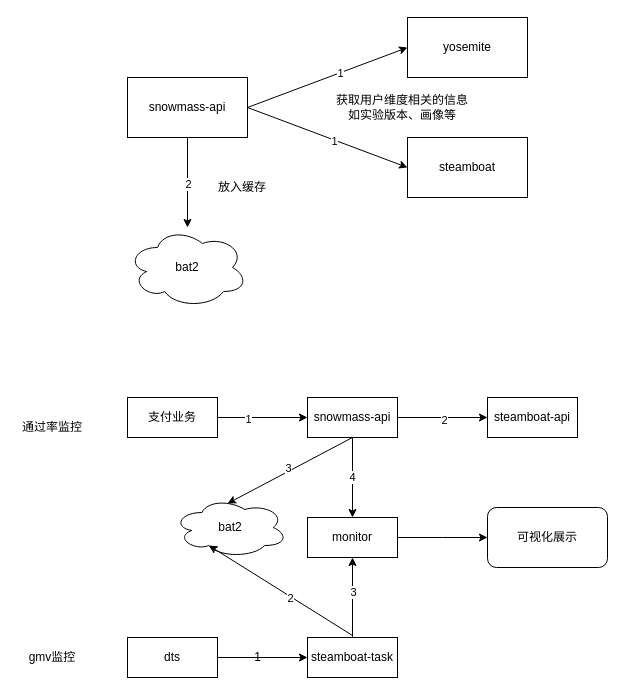
Before: xyhf.drawio in Kang-Shawn/Excellent-life, a draw.io diagram. Source tidied: cells renumbered, new cells numbered last; positions are measured from the earlier drawing's top-left corner, leaving out a move shared by most shapes. Both pictures are drawn from the tidied source at 100%, with x=0, y=0 at pixel (17, 17).
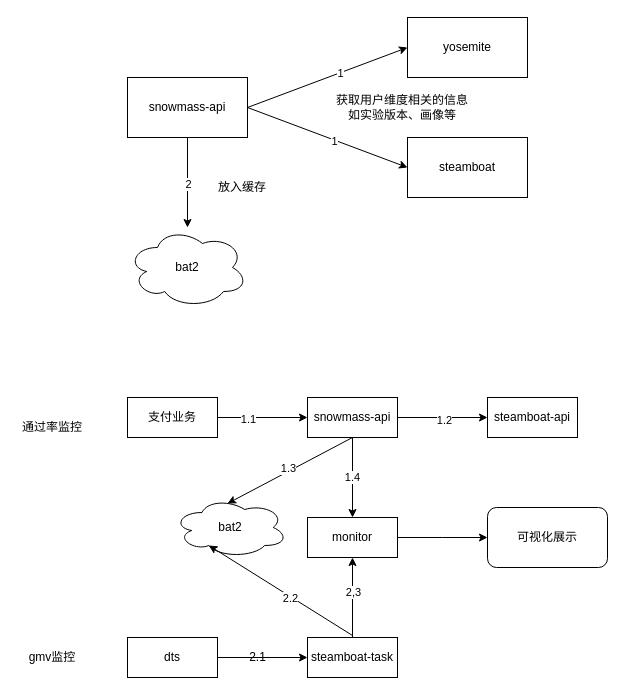
The same page after the edit.

Unchanged cells that the change refers to:
```xml
<mxCell id="14" style="edgeStyle=orthogonalEdgeStyle;rounded=0;jettySize=auto;html=1;entryX=0;entryY=0.5;entryDx=0;entryDy=0;" parent="1" edge="1" source="16" target="20">
  <mxGeometry relative="1" as="geometry" />
</mxCell>
<mxCell id="17" style="edgeStyle=orthogonalEdgeStyle;rounded=0;jettySize=auto;html=1;entryX=0;entryY=0.5;entryDx=0;entryDy=0;" parent="1" edge="1" source="20" target="21">
  <mxGeometry relative="1" as="geometry" />
</mxCell>
<mxCell id="20" value="snowmass-api" style="rounded=0;whiteSpace=wrap;html=1;" parent="1" vertex="1">
  <mxGeometry x="290" y="380" width="90" height="40" as="geometry" />
</mxCell>
<mxCell id="23" style="endArrow=classic;html=1;exitX=0.5;exitY=1;exitDx=0;exitDy=0;entryX=0.474;entryY=0.1;entryDx=0;entryDy=0;entryPerimeter=0;" parent="1" edge="1" source="20" target="22">
  <mxGeometry relative="1" as="geometry" />
</mxCell>
<mxCell id="26" value="monitor" style="rounded=0;whiteSpace=wrap;html=1;" parent="1" vertex="1">
  <mxGeometry x="290" y="500" width="90" height="40" as="geometry" />
</mxCell>
<mxCell id="29" style="edgeStyle=orthogonalEdgeStyle;rounded=0;jettySize=auto;html=1;entryX=0.5;entryY=1;entryDx=0;entryDy=0;" parent="1" edge="1" source="31" target="26">
  <mxGeometry relative="1" as="geometry" />
</mxCell>
<mxCell id="32" style="endArrow=classic;html=1;entryX=0.31;entryY=0.8;entryDx=0;entryDy=0;entryPerimeter=0;" parent="1" edge="1" target="22">
  <mxGeometry relative="1" as="geometry">
    <mxPoint x="335" y="618" as="sourcePoint" />
  </mxGeometry>
</mxCell>
```

What changed in the source:
```diff
@@
-    <mxCell id="15" value="1" style="edgeLabel;html=1;align=center;verticalAlign=middle;" parent="14" vertex="1">
+    <mxCell id="15" value="1.1" style="edgeLabel;html=1;align=center;verticalAlign=middle;" parent="14" vertex="1">
       <mxGeometry x="-0.33" y="-1" relative="1" as="geometry" />
     </mxCell>
@@
-    <mxCell id="18" value="2" style="edgeLabel;html=1;align=center;verticalAlign=middle;" parent="17" vertex="1">
+    <mxCell id="18" value="1.2" style="edgeLabel;html=1;align=center;verticalAlign=middle;" parent="17" vertex="1">
       <mxGeometry x="0.02" y="-2" relative="1" as="geometry" />
     </mxCell>
-    <mxCell id="19" value="4" style="edgeStyle=orthogonalEdgeStyle;rounded=0;jettySize=auto;html=1;entryX=0.5;entryY=0;entryDx=0;entryDy=0;" parent="1" edge="1" source="20" target="26">
+    <mxCell id="19" value="1.4" style="edgeStyle=orthogonalEdgeStyle;rounded=0;jettySize=auto;html=1;entryX=0.5;entryY=0;entryDx=0;entryDy=0;" parent="1" edge="1" source="20" target="26">
       <mxGeometry relative="1" as="geometry" />
     </mxCell>
@@
-    <mxCell id="24" value="3" style="edgeLabel;html=1;align=center;verticalAlign=middle;" parent="23" vertex="1">
+    <mxCell id="24" value="1.3" style="edgeLabel;html=1;align=center;verticalAlign=middle;" parent="23" vertex="1">
       <mxGeometry x="0.01" y="-3" relative="1" as="geometry" />
     </mxCell>
@@
-    <mxCell id="30" value="3" style="edgeLabel;html=1;align=center;verticalAlign=middle;" parent="29" vertex="1">
+    <mxCell id="30" value="2,3" style="edgeLabel;html=1;align=center;verticalAlign=middle;" parent="29" vertex="1">
       <mxGeometry x="0.15" relative="1" as="geometry" />
     </mxCell>
@@
-    <mxCell id="33" value="2" style="edgeLabel;html=1;align=center;verticalAlign=middle;" parent="32" vertex="1">
+    <mxCell id="33" value="2.2" style="edgeLabel;html=1;align=center;verticalAlign=middle;" parent="32" vertex="1">
       <mxGeometry x="-0.14" y="1" relative="1" as="geometry" />
     </mxCell>
@@
-    <mxCell id="37" value="1" style="text;html=1;align=center;verticalAlign=middle;" parent="1" vertex="1">
-      <mxGeometry x="230" y="630" width="20" height="20" as="geometry" />
+    <mxCell id="37" value="2.1" style="text;html=1;align=center;verticalAlign=middle;" parent="1" vertex="1">
+      <mxGeometry x="225" y="630" width="30" height="20" as="geometry" />
     </mxCell>
```
